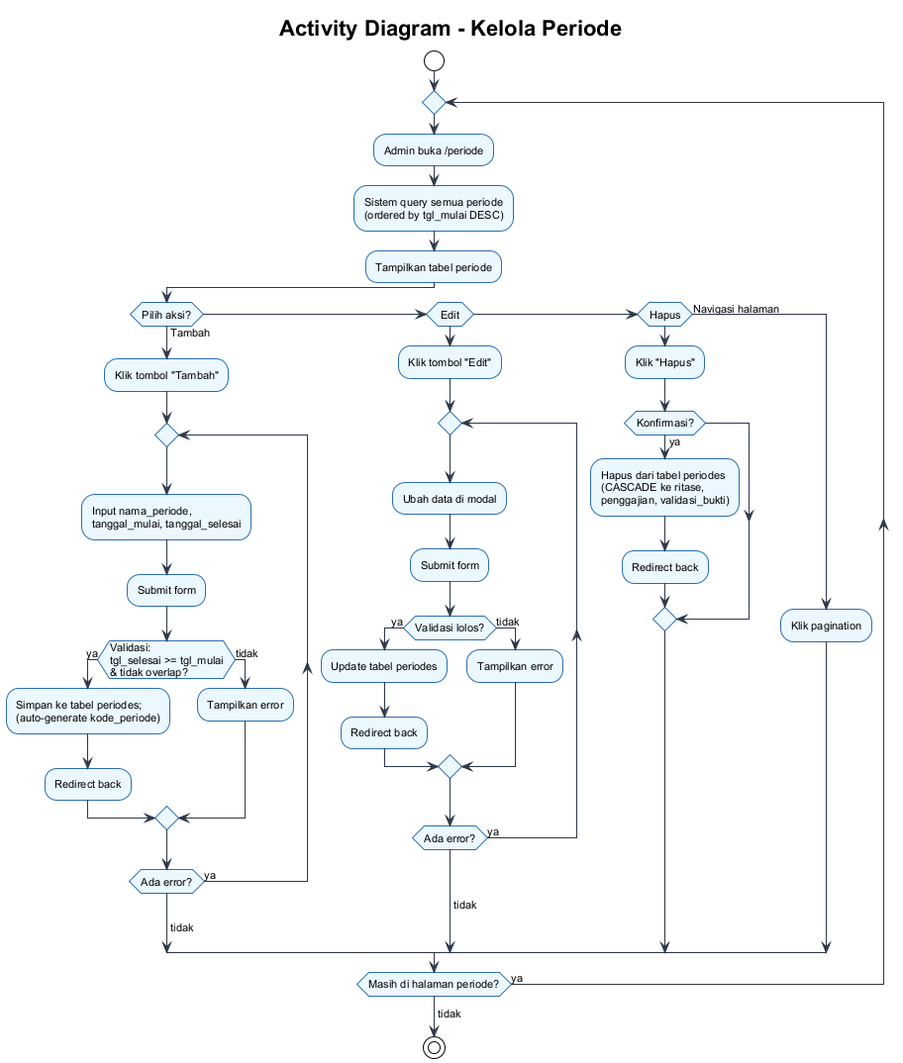
Above: docs/activity-diagram-periode.png in riandafatur28/sidigas-gaji-sopir-truck (PlantUML), before the change.
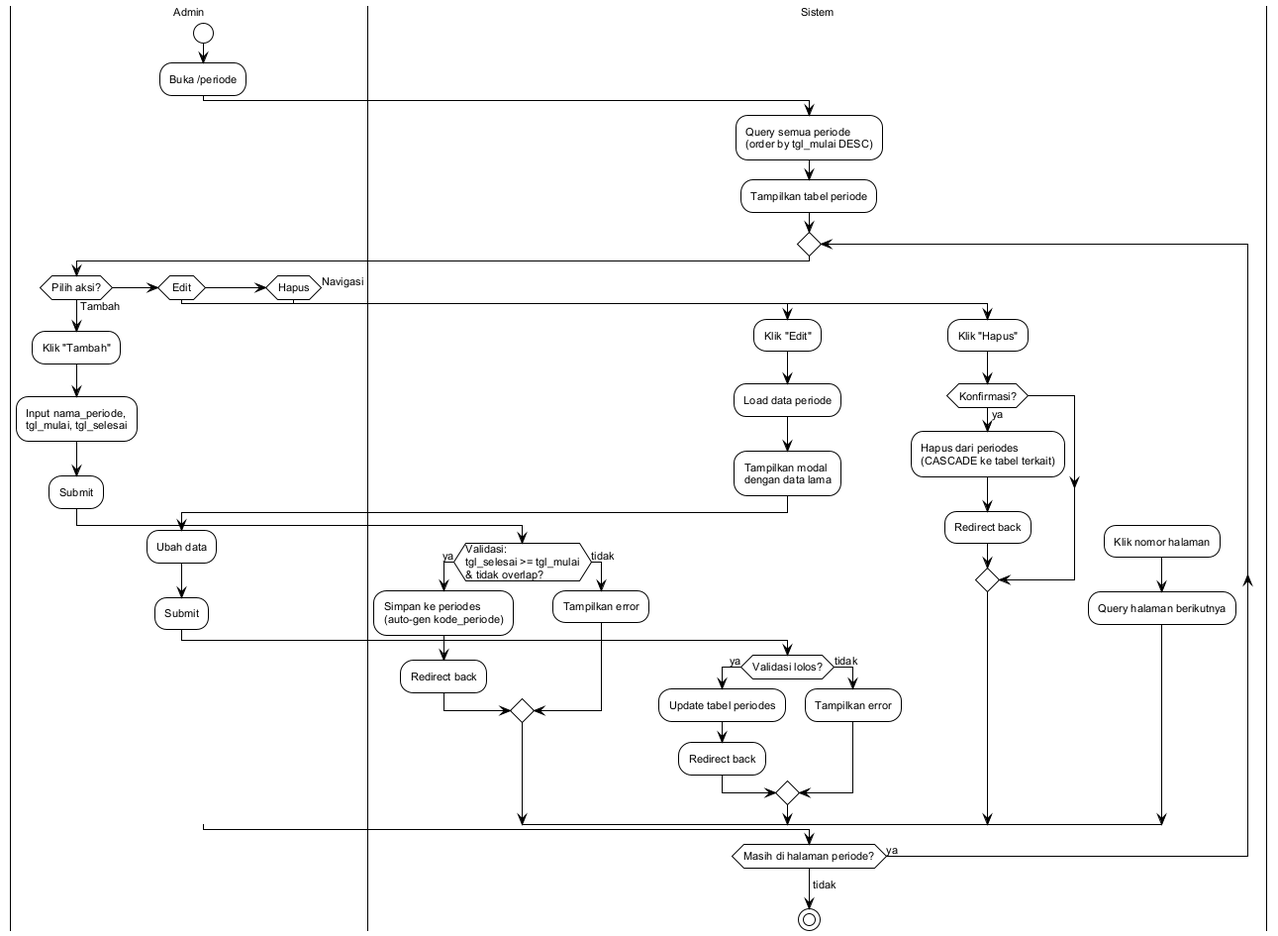
Later version of the same file.

What changed in the source:
```diff
@@ -3,55 +3,57 @@
 skinparam backgroundColor #ffffff
 skinparam defaultFontSize 11
 skinparam defaultFontName Arial
-skinparam activityBorderColor #2b6cb0
-skinparam activityBackgroundColor #ebf8ff
-skinparam arrowColor #2d3748
 
-title **Activity Diagram - Kelola Periode**
+|Admin|
+start
+:Buka /periode;
 
-start
+|Sistem|
+:Query semua periode\n(order by tgl_mulai DESC);
+:Tampilkan tabel periode;
+
 repeat
-  :Admin buka /periode;
-  :Sistem query semua periode\n(ordered by tgl_mulai DESC);
-  :Tampilkan tabel periode;
-
+  |Admin|
   if (Pilih aksi?) then (Tambah)
-    :Klik tombol "Tambah";
-    repeat
-      :Input nama_periode,\ntanggal_mulai, tanggal_selesai;
-      :Submit form;
-      if (Validasi:\ntgl_selesai >= tgl_mulai\n& tidak overlap?) then (ya)
-        :Simpan ke tabel periodes;\n(auto-generate kode_periode);
-        :Redirect back;
-      else (tidak)
-        :Tampilkan error;
-      endif
-    repeat while (Ada error?) is (ya)
-    ->tidak;
+    :Klik "Tambah";
+    :Input nama_periode,\ntgl_mulai, tgl_selesai;
+    :Submit;
+    |Sistem|
+    if (Validasi:\ntgl_selesai >= tgl_mulai\n& tidak overlap?) then (ya)
+      :Simpan ke periodes\n(auto-gen kode_periode);
+      :Redirect back;
+    else (tidak)
+      :Tampilkan error;
+    endif
 
   elseif (Edit) then
-    :Klik tombol "Edit";
-    repeat
-      :Ubah data di modal;
-      :Submit form;
-      if (Validasi lolos?) then (ya)
-        :Update tabel periodes;
-        :Redirect back;
-      else (tidak)
-        :Tampilkan error;
-      endif
-    repeat while (Ada error?) is (ya)
-    ->tidak;
+    :Klik "Edit";
+    |Sistem|
+    :Load data periode;
+    :Tampilkan modal\ndengan data lama;
+    |Admin|
+    :Ubah data;
+    :Submit;
+    |Sistem|
+    if (Validasi lolos?) then (ya)
+      :Update tabel periodes;
+      :Redirect back;
+    else (tidak)
+      :Tampilkan error;
+    endif
 
   elseif (Hapus) then
     :Klik "Hapus";
     if (Konfirmasi?) then (ya)
-      :Hapus dari tabel periodes\n(CASCADE ke ritase,\npenggajian, validasi_bukti);
+      |Sistem|
+      :Hapus dari periodes\n(CASCADE ke tabel terkait);
       :Redirect back;
     endif
 
-  else (Navigasi halaman)
-    :Klik pagination;
+  else (Navigasi)
+    :Klik nomor halaman;
+    |Sistem|
+    :Query halaman berikutnya;
   endif
 
 repeat while (Masih di halaman periode?) is (ya)
```
